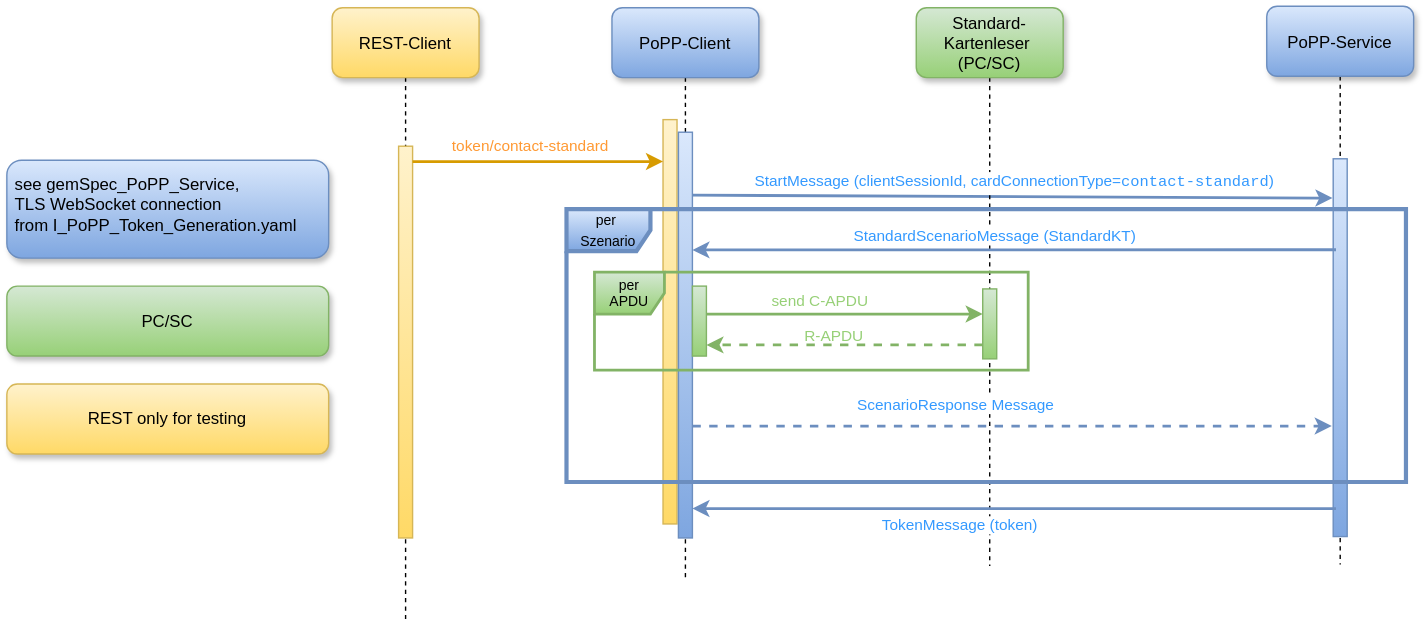
This is images/PoPP_Token_Standard_Kartenleser.drawio.svg from gematik/popp-sample-code, a draw.io export, as it was before one commit. Source tidied: cells renumbered, new cells last; positions are measured from the earlier drawing's top-left corner, leaving out a move shared by most shapes.
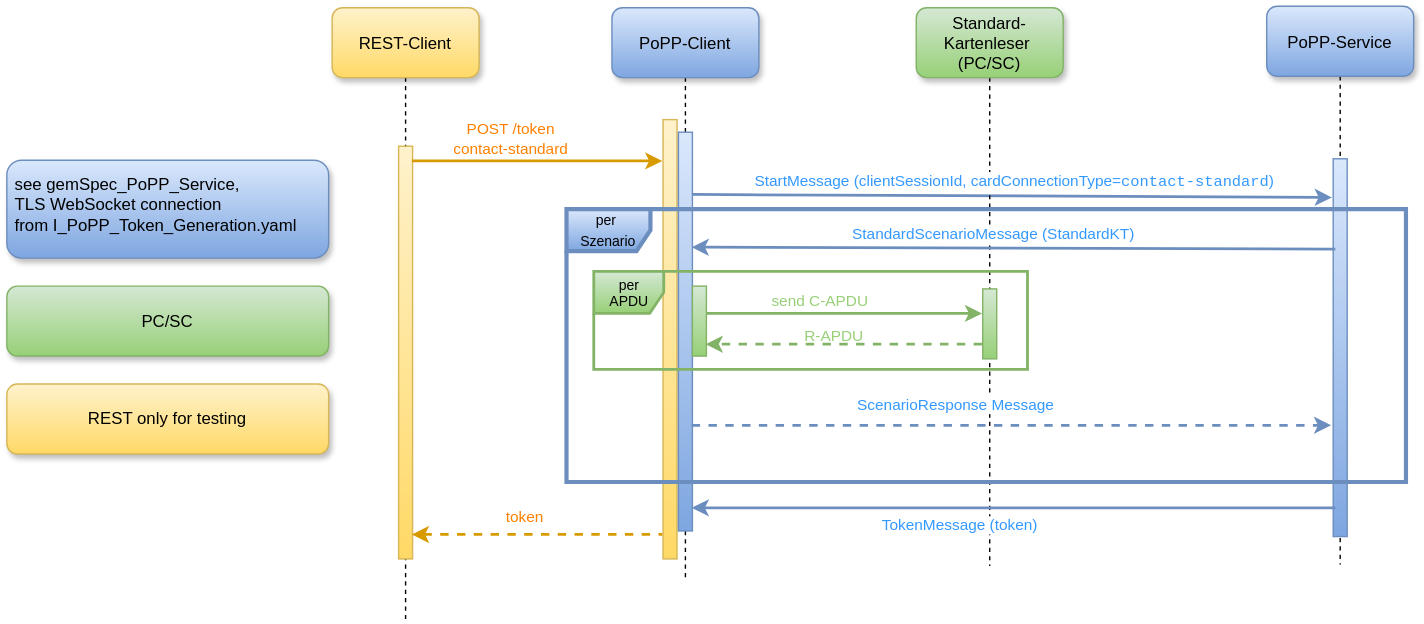
Above is the later version.

Diff of the diagram source:
```diff
@@ -2,72 +2,72 @@
   <root>
     <mxCell id="0" />
     <mxCell id="1" parent="0" />
-    <mxCell id="2" style="html=1;points=[[0,0,0,0,5],[0,1,0,0,-5],[1,0,0,0,5],[1,1,0,0,-5]];perimeter=orthogonalPerimeter;outlineConnect=0;targetShapes=umlLifeline;portConstraint=eastwest;newEdgeStyle={&quot;curved&quot;:0,&quot;rounded&quot;:0};fillColor=#fff2cc;gradientColor=#ffd966;strokeColor=#d6b656;" parent="1" vertex="1">
-      <mxGeometry x="469" y="81" width="10" height="289" as="geometry" />
-    </mxCell>
-    <mxCell id="3" style="edgeStyle=none;endArrow=none;dashed=1;" parent="1" edge="1" source="9">
-      <mxGeometry x="614.5" y="175" as="geometry">
-        <mxPoint x="953" y="399" as="targetPoint" />
-      </mxGeometry>
-    </mxCell>
-    <mxCell id="4" style="edgeStyle=elbowEdgeStyle;elbow=horizontal;endArrow=none;dashed=1;exitX=0.5;exitY=1;exitDx=0;exitDy=0;" parent="1" edge="1" source="7">
-      <mxGeometry x="230" y="310" as="geometry">
-        <mxPoint x="485" y="410" as="targetPoint" />
-      </mxGeometry>
-    </mxCell>
-    <mxCell id="5" style="rounded=0;jettySize=auto;html=1;fillColor=#dae8fc;gradientColor=#7ea6e0;strokeColor=#6c8ebf;entryX=-0.05;entryY=0.104;entryDx=0;entryDy=0;entryPerimeter=0;strokeWidth=2;" parent="1" edge="1" target="8">
-      <mxGeometry relative="1" as="geometry">
-        <mxPoint x="489" y="135" as="sourcePoint" />
-      </mxGeometry>
-    </mxCell>
-    <mxCell id="6" style="fillColor=#dae8fc;strokeColor=#6c8ebf;gradientColor=#7ea6e0;" parent="1" vertex="1">
-      <mxGeometry x="480" y="90" width="10" height="290" as="geometry" />
-    </mxCell>
+    <mxCell id="35" style="html=1;points=[[0,0,0,0,5],[0,1,0,0,-5],[1,0,0,0,5],[1,1,0,0,-5]];perimeter=orthogonalPerimeter;outlineConnect=0;targetShapes=umlLifeline;portConstraint=eastwest;newEdgeStyle={&quot;curved&quot;:0,&quot;rounded&quot;:0};fillColor=#fff2cc;gradientColor=#ffd966;strokeColor=#d6b656;" parent="1" vertex="1">
+      <mxGeometry x="469" y="81" width="10" height="314" as="geometry" />
+    </mxCell>
+    <mxCell id="36" style="edgeStyle=none;endArrow=none;dashed=1;" parent="1" edge="1" source="9">
+      <mxGeometry x="614.5" y="175" as="geometry">
+        <mxPoint x="953" y="399" as="targetPoint" />
+      </mxGeometry>
+    </mxCell>
+    <mxCell id="37" style="edgeStyle=elbowEdgeStyle;elbow=horizontal;endArrow=none;dashed=1;exitX=0.5;exitY=1;exitDx=0;exitDy=0;" parent="1" edge="1" source="7">
+      <mxGeometry x="230" y="310" as="geometry">
+        <mxPoint x="485" y="410" as="targetPoint" />
+      </mxGeometry>
+    </mxCell>
+    <mxCell id="38" style="rounded=0;jettySize=auto;html=1;fillColor=#dae8fc;gradientColor=#7ea6e0;strokeColor=#6c8ebf;entryX=-0.05;entryY=0.104;entryDx=0;entryDy=0;entryPerimeter=0;strokeWidth=2;" parent="1" edge="1" target="40">
+      <mxGeometry relative="1" as="geometry">
+        <mxPoint x="489" y="135" as="sourcePoint" />
+      </mxGeometry>
+    </mxCell>
+    <mxCell id="39" style="fillColor=#dae8fc;strokeColor=#6c8ebf;gradientColor=#7ea6e0;" parent="1" vertex="1">
+      <mxGeometry x="480" y="90" width="10" height="285" as="geometry" />
+    </mxCell>
     <mxCell id="7" value="PoPP-Client" style="shadow=1;fillColor=#dae8fc;strokeColor=#6c8ebf;gradientColor=#7ea6e0;rounded=1;" parent="1" vertex="1">
       <mxGeometry x="432.5" y="1" width="105" height="50" as="geometry" />
     </mxCell>
-    <mxCell id="8" style="fillColor=#dae8fc;strokeColor=#6c8ebf;gradientColor=#7ea6e0;" parent="1" vertex="1">
-      <mxGeometry x="948" y="109" width="10" height="270" as="geometry" />
-    </mxCell>
+    <mxCell id="40" style="fillColor=#dae8fc;strokeColor=#6c8ebf;gradientColor=#7ea6e0;" parent="1" vertex="1">
+      <mxGeometry x="948" y="109" width="10" height="270" as="geometry" />
+    </mxCell>
     <mxCell id="9" value="PoPP-Service" style="shadow=1;fillColor=#dae8fc;strokeColor=#6c8ebf;rounded=1;gradientColor=#7ea6e0;" parent="1" vertex="1">
       <mxGeometry x="900.5" width="105" height="50" as="geometry" />
     </mxCell>
-    <mxCell id="10" style="edgeStyle=none;endArrow=none;dashed=1;exitX=0.5;exitY=1;exitDx=0;exitDy=0;" parent="1" edge="1" source="18">
-      <mxGeometry x="956.6" y="205" as="geometry">
-        <mxPoint x="702.5" y="400" as="targetPoint" />
-      </mxGeometry>
-    </mxCell>
+    <mxCell id="41" style="edgeStyle=none;endArrow=none;dashed=1;exitX=0.5;exitY=1;exitDx=0;exitDy=0;" parent="1" edge="1" source="18">
+      <mxGeometry x="956.6" y="205" as="geometry">
+        <mxPoint x="702.5" y="400" as="targetPoint" />
+      </mxGeometry>
+    </mxCell>
     <mxCell id="11" value="see gemSpec_PoPP_Service, &#10;TLS WebSocket connection&#10;from I_PoPP_Token_Generation.yaml " style="shadow=1;fillColor=#dae8fc;strokeColor=#6c8ebf;gradientColor=#7ea6e0;rounded=1;whiteSpace=wrap;align=left;verticalAlign=top;spacingLeft=4;spacingTop=4;spacingBottom=2;" parent="1" vertex="1">
       <mxGeometry y="110" width="230" height="70" as="geometry" />
     </mxCell>
-    <mxCell id="12" style="rounded=0;jettySize=auto;html=1;entryX=1;entryY=0.29;entryDx=0;entryDy=0;entryPerimeter=0;fillColor=#dae8fc;gradientColor=#7ea6e0;strokeColor=#6c8ebf;strokeWidth=2;" parent="1" edge="1" target="6">
-      <mxGeometry relative="1" as="geometry">
-        <mxPoint x="950" y="174" as="sourcePoint" />
-      </mxGeometry>
-    </mxCell>
+    <mxCell id="42" style="rounded=0;jettySize=auto;html=1;entryX=1;entryY=0.29;entryDx=0;entryDy=0;entryPerimeter=0;fillColor=#dae8fc;gradientColor=#7ea6e0;strokeColor=#6c8ebf;strokeWidth=2;" parent="1" edge="1" target="39">
+      <mxGeometry relative="1" as="geometry">
+        <mxPoint x="950" y="174" as="sourcePoint" />
+      </mxGeometry>
+    </mxCell>
-    <mxCell id="13" value="StandardScenarioMessage (StandardKT)" style="edgeLabel;html=1;align=center;verticalAlign=middle;fontColor=#3399FF;" parent="12" vertex="1">
+    <mxCell id="13" value="StandardScenarioMessage (StandardKT)" style="edgeLabel;html=1;align=center;verticalAlign=middle;fontColor=#3399FF;" parent="42" vertex="1">
       <mxGeometry x="-0.05" y="1" relative="1" as="geometry">
         <mxPoint x="-27" y="-12" as="offset" />
       </mxGeometry>
     </mxCell>
-    <mxCell id="14" style="rounded=0;orthogonalLoop=1;jettySize=auto;html=1;fillColor=#dae8fc;gradientColor=#7ea6e0;strokeColor=#6c8ebf;strokeWidth=2;dashed=1;" parent="1" edge="1">
-      <mxGeometry relative="1" as="geometry">
-        <mxPoint x="490" y="300" as="sourcePoint" />
-        <mxPoint x="947" y="300" as="targetPoint" />
-      </mxGeometry>
-    </mxCell>
+    <mxCell id="43" style="rounded=0;orthogonalLoop=1;jettySize=auto;html=1;fillColor=#dae8fc;gradientColor=#7ea6e0;strokeColor=#6c8ebf;strokeWidth=2;dashed=1;" parent="1" edge="1">
+      <mxGeometry relative="1" as="geometry">
+        <mxPoint x="490" y="300" as="sourcePoint" />
+        <mxPoint x="947" y="300" as="targetPoint" />
+      </mxGeometry>
+    </mxCell>
-    <mxCell id="15" value="ScenarioResponse Message" style="edgeLabel;html=1;align=center;verticalAlign=middle;fontColor=#3399FF;" parent="14" vertex="1">
+    <mxCell id="15" value="ScenarioResponse Message" style="edgeLabel;html=1;align=center;verticalAlign=middle;fontColor=#3399FF;" parent="43" vertex="1">
       <mxGeometry x="0.38" y="-4" relative="1" as="geometry">
         <mxPoint x="-128" y="-20" as="offset" />
       </mxGeometry>
     </mxCell>
-    <mxCell id="16" style="rounded=0;orthogonalLoop=1;jettySize=auto;html=1;strokeWidth=2;fillColor=#dae8fc;gradientColor=#7ea6e0;strokeColor=#6c8ebf;" parent="1" edge="1">
-      <mxGeometry relative="1" as="geometry">
-        <mxPoint x="950" y="359" as="sourcePoint" />
-        <mxPoint x="490" y="359" as="targetPoint" />
-      </mxGeometry>
-    </mxCell>
+    <mxCell id="44" style="rounded=0;orthogonalLoop=1;jettySize=auto;html=1;strokeWidth=2;fillColor=#dae8fc;gradientColor=#7ea6e0;strokeColor=#6c8ebf;" parent="1" edge="1">
+      <mxGeometry relative="1" as="geometry">
+        <mxPoint x="950" y="359" as="sourcePoint" />
+        <mxPoint x="490" y="359" as="targetPoint" />
+      </mxGeometry>
+    </mxCell>
-    <mxCell id="17" value="TokenMessage (token)" style="edgeLabel;html=1;align=center;verticalAlign=middle;fontColor=#3399FF;" parent="16" vertex="1">
+    <mxCell id="17" value="TokenMessage (token)" style="edgeLabel;html=1;align=center;verticalAlign=middle;fontColor=#3399FF;" parent="44" vertex="1">
       <mxGeometry x="0.22" y="2" relative="1" as="geometry">
         <mxPoint x="11" y="9" as="offset" />
       </mxGeometry>
@@ -81,29 +81,29 @@
     <mxCell id="20" value="&lt;font style=&quot;font-size: 10px;&quot;&gt;per&amp;nbsp;&lt;/font&gt;&lt;div&gt;&lt;font style=&quot;font-size: 10px;&quot;&gt;Szenario&lt;/font&gt;&lt;/div&gt;" style="shape=umlFrame;whiteSpace=wrap;html=1;strokeWidth=3;fillColor=#dae8fc;gradientColor=#7ea6e0;strokeColor=#6c8ebf;" parent="1" vertex="1">
       <mxGeometry x="400" y="145" width="600" height="195" as="geometry" />
     </mxCell>
-    <mxCell id="21" style="rounded=0;jettySize=auto;html=1;fillColor=#d5e8d4;gradientColor=#97d077;strokeColor=#82b366;strokeWidth=2;entryX=0;entryY=0.36;entryDx=0;entryDy=0;entryPerimeter=0;" parent="1" edge="1" source="23" target="24">
-      <mxGeometry relative="1" as="geometry" />
-    </mxCell>
+    <mxCell id="45" style="rounded=0;jettySize=auto;html=1;fillColor=#d5e8d4;gradientColor=#97d077;strokeColor=#82b366;strokeWidth=2;entryX=0;entryY=0.36;entryDx=0;entryDy=0;entryPerimeter=0;" parent="1" edge="1" source="46" target="47">
+      <mxGeometry relative="1" as="geometry" />
+    </mxCell>
-    <mxCell id="22" value="send C-APDU" style="edgeLabel;html=1;align=center;verticalAlign=middle;fontColor=#97D077;" parent="21" vertex="1">
+    <mxCell id="22" value="send C-APDU" style="edgeLabel;html=1;align=center;verticalAlign=middle;fontColor=#97D077;" parent="45" vertex="1">
       <mxGeometry x="0.38" y="-4" relative="1" as="geometry">
         <mxPoint x="-56" y="-14" as="offset" />
       </mxGeometry>
     </mxCell>
-    <mxCell id="23" style="html=1;points=[[0,0,0,0,5],[0,1,0,0,-5],[1,0,0,0,5],[1,1,0,0,-5]];perimeter=orthogonalPerimeter;outlineConnect=0;targetShapes=umlLifeline;portConstraint=eastwest;newEdgeStyle={&quot;curved&quot;:0,&quot;rounded&quot;:0};fillColor=#d5e8d4;gradientColor=#97d077;strokeColor=#82b366;" parent="1" vertex="1">
-      <mxGeometry x="490" y="200" width="10" height="50" as="geometry" />
-    </mxCell>
-    <mxCell id="24" style="html=1;points=[[0,0,0,0,5],[0,1,0,0,-5],[1,0,0,0,5],[1,1,0,0,-5]];perimeter=orthogonalPerimeter;outlineConnect=0;targetShapes=umlLifeline;portConstraint=eastwest;newEdgeStyle={&quot;curved&quot;:0,&quot;rounded&quot;:0};fillColor=#d5e8d4;gradientColor=#97d077;strokeColor=#82b366;" parent="1" vertex="1">
-      <mxGeometry x="697.5" y="202" width="10" height="50" as="geometry" />
-    </mxCell>
+    <mxCell id="46" style="html=1;points=[[0,0,0,0,5],[0,1,0,0,-5],[1,0,0,0,5],[1,1,0,0,-5]];perimeter=orthogonalPerimeter;outlineConnect=0;targetShapes=umlLifeline;portConstraint=eastwest;newEdgeStyle={&quot;curved&quot;:0,&quot;rounded&quot;:0};fillColor=#d5e8d4;gradientColor=#97d077;strokeColor=#82b366;" parent="1" vertex="1">
+      <mxGeometry x="490" y="200" width="10" height="50" as="geometry" />
+    </mxCell>
+    <mxCell id="47" style="html=1;points=[[0,0,0,0,5],[0,1,0,0,-5],[1,0,0,0,5],[1,1,0,0,-5]];perimeter=orthogonalPerimeter;outlineConnect=0;targetShapes=umlLifeline;portConstraint=eastwest;newEdgeStyle={&quot;curved&quot;:0,&quot;rounded&quot;:0};fillColor=#d5e8d4;gradientColor=#97d077;strokeColor=#82b366;" parent="1" vertex="1">
+      <mxGeometry x="697.5" y="202" width="10" height="50" as="geometry" />
+    </mxCell>
     <mxCell id="25" value="per&lt;div&gt;APDU&lt;/div&gt;" style="shape=umlFrame;whiteSpace=wrap;html=1;fontSize=10;width=50;height=30;strokeWidth=2;fillColor=#d5e8d4;gradientColor=#97d077;strokeColor=#82b366;" parent="1" vertex="1">
       <mxGeometry x="420" y="190" width="310" height="70" as="geometry" />
     </mxCell>
-    <mxCell id="26" style="rounded=0;jettySize=auto;html=1;dashed=1;fillColor=#d5e8d4;gradientColor=#97d077;strokeColor=#82b366;strokeWidth=2;" parent="1" edge="1" source="24">
-      <mxGeometry relative="1" as="geometry">
-        <mxPoint x="500" y="242" as="targetPoint" />
-      </mxGeometry>
-    </mxCell>
+    <mxCell id="48" style="rounded=0;jettySize=auto;html=1;dashed=1;fillColor=#d5e8d4;gradientColor=#97d077;strokeColor=#82b366;strokeWidth=2;" parent="1" edge="1" source="47">
+      <mxGeometry relative="1" as="geometry">
+        <mxPoint x="500" y="242" as="targetPoint" />
+      </mxGeometry>
+    </mxCell>
-    <mxCell id="27" value="R-APDU" style="edgeLabel;html=1;align=center;verticalAlign=middle;fontColor=#97D077;labelBackgroundColor=none;" parent="26" vertex="1">
+    <mxCell id="27" value="R-APDU" style="edgeLabel;html=1;align=center;verticalAlign=middle;fontColor=#97D077;labelBackgroundColor=none;" parent="48" vertex="1">
       <mxGeometry x="0.22" y="2" relative="1" as="geometry">
         <mxPoint x="13" y="-9" as="offset" />
       </mxGeometry>
@@ -114,27 +114,39 @@
     <mxCell id="29" value="REST only for testing" style="shadow=1;fillColor=#fff2cc;strokeColor=#d6b656;gradientColor=#ffd966;rounded=1;whiteSpace=wrap;" parent="1" vertex="1">
       <mxGeometry y="270" width="230" height="50" as="geometry" />
     </mxCell>
-    <mxCell id="30" style="edgeStyle=elbowEdgeStyle;elbow=horizontal;endArrow=none;dashed=1;exitX=0.5;exitY=1;exitDx=0;exitDy=0;" parent="1" edge="1" source="31">
-      <mxGeometry x="230" y="310" as="geometry">
-        <mxPoint x="284.6" y="440" as="targetPoint" />
-      </mxGeometry>
-    </mxCell>
+    <mxCell id="49" style="edgeStyle=elbowEdgeStyle;elbow=horizontal;endArrow=none;dashed=1;exitX=0.5;exitY=1;exitDx=0;exitDy=0;" parent="1" edge="1" source="31">
+      <mxGeometry x="230" y="310" as="geometry">
+        <mxPoint x="284.6" y="440" as="targetPoint" />
+      </mxGeometry>
+    </mxCell>
     <mxCell id="31" value="REST-Client" style="shadow=1;fillColor=#fff2cc;strokeColor=#d6b656;gradientColor=#ffd966;rounded=1;" parent="1" vertex="1">
       <mxGeometry x="232.5" y="1" width="105" height="50" as="geometry" />
     </mxCell>
-    <mxCell id="32" style="html=1;perimeter=orthogonalPerimeter;targetShapes=umlLifeline;newEdgeStyle={&quot;curved&quot;:0,&quot;rounded&quot;:0};fillColor=#fff2cc;gradientColor=#ffd966;strokeColor=#d6b656;" parent="1" vertex="1">
-      <mxGeometry x="280" y="100" width="10" height="280" as="geometry" />
-    </mxCell>
-    <mxCell id="33" style="edgeStyle=none;verticalLabelPosition=top;verticalAlign=bottom;exitX=1;exitY=0.049;exitDx=0;exitDy=0;exitPerimeter=0;fillColor=#ffcd28;gradientColor=#ffa500;strokeColor=#d79b00;strokeWidth=2;" parent="1" edge="1" target="2">
-      <mxGeometry as="geometry">
-        <mxPoint x="290" y="111" as="sourcePoint" />
-        <mxPoint x="-65" y="-11" as="offset" />
-      </mxGeometry>
-    </mxCell>
-    <mxCell id="34" value="token/contact-standard" style="edgeLabel;html=1;align=center;verticalAlign=middle;fontColor=#FF9933;" parent="33" vertex="1">
-      <mxGeometry relative="1" as="geometry">
-        <mxPoint x="-7" y="-12" as="offset" />
-      </mxGeometry>
-    </mxCell>
+    <mxCell id="50" style="html=1;perimeter=orthogonalPerimeter;targetShapes=umlLifeline;newEdgeStyle={&quot;curved&quot;:0,&quot;rounded&quot;:0};fillColor=#fff2cc;gradientColor=#ffd966;strokeColor=#d6b656;" parent="1" vertex="1">
+      <mxGeometry x="280" y="100" width="10" height="295" as="geometry" />
+    </mxCell>
+    <mxCell id="51" style="edgeStyle=none;verticalLabelPosition=top;verticalAlign=bottom;exitX=1;exitY=0.049;exitDx=0;exitDy=0;exitPerimeter=0;fillColor=#ffcd28;gradientColor=#ffa500;strokeColor=#d79b00;strokeWidth=2;" parent="1" edge="1" target="35">
+      <mxGeometry as="geometry">
+        <mxPoint x="290" y="111" as="sourcePoint" />
+        <mxPoint x="-65" y="-11" as="offset" />
+      </mxGeometry>
+    </mxCell>
+    <mxCell id="52" style="edgeStyle=none;verticalLabelPosition=top;verticalAlign=bottom;exitX=1;exitY=0.049;exitDx=0;exitDy=0;exitPerimeter=0;fillColor=#ffcd28;gradientColor=#ffa500;strokeColor=#d79b00;strokeWidth=2;dashed=1;startArrow=classic;startFill=1;endArrow=none;endFill=0;" parent="1" edge="1">
+      <mxGeometry as="geometry">
+        <mxPoint x="290" y="378" as="sourcePoint" />
+        <mxPoint x="469" y="378" as="targetPoint" />
+        <mxPoint x="-65" y="-11" as="offset" />
+      </mxGeometry>
+    </mxCell>
+    <mxCell id="53" value="token" style="edgeLabel;align=center;verticalAlign=middle;fontColor=#FF8000;labelBackgroundColor=default;labelBorderColor=none;fontFamily=Helvetica;fontSize=11;fillColor=none;gradientColor=none;html=1;" parent="1" vertex="1">
+      <mxGeometry x="372" y="345" as="geometry">
+        <mxPoint x="-3" y="19" as="offset" />
+      </mxGeometry>
+    </mxCell>
+    <mxCell id="54" value="POST /token&lt;div&gt;contact-standard&lt;/div&gt;" style="edgeLabel;align=center;verticalAlign=middle;fontColor=#FF8000;labelBackgroundColor=default;labelBorderColor=none;fontFamily=Helvetica;fontSize=11;fillColor=none;gradientColor=none;html=1;" parent="1" vertex="1">
+      <mxGeometry x="362" y="75" as="geometry">
+        <mxPoint x="-3" y="19" as="offset" />
+      </mxGeometry>
+    </mxCell>
   </root>
 </mxGraphModel>
```
